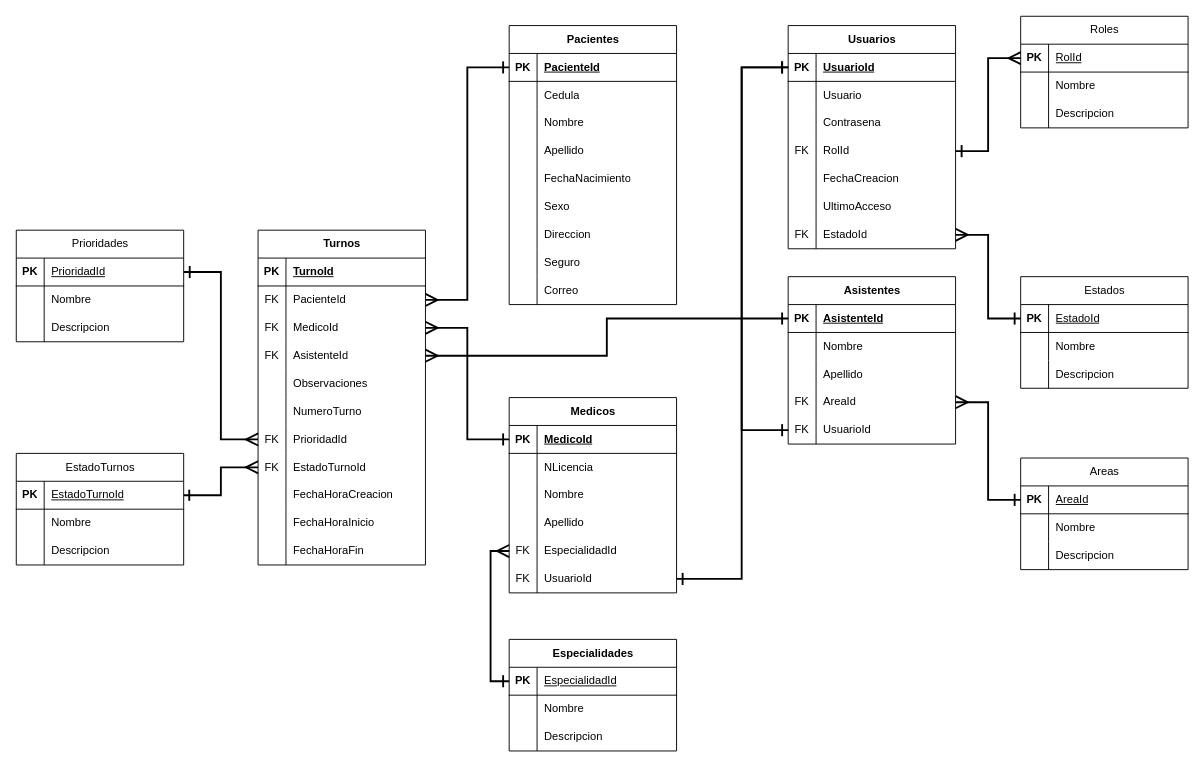
This is Base de Datos/Diagrama de Base de Datos.drawio from Sneex17/ProyectoFinal, a draw.io file, before an edit. Source tidied: cells renumbered, new cells numbered last; positions are measured from the earlier drawing's top-left corner, leaving out a move shared by most shapes. Both pictures are drawn from the tidied source at 93%, with x=0, y=0 at pixel (16, 16).
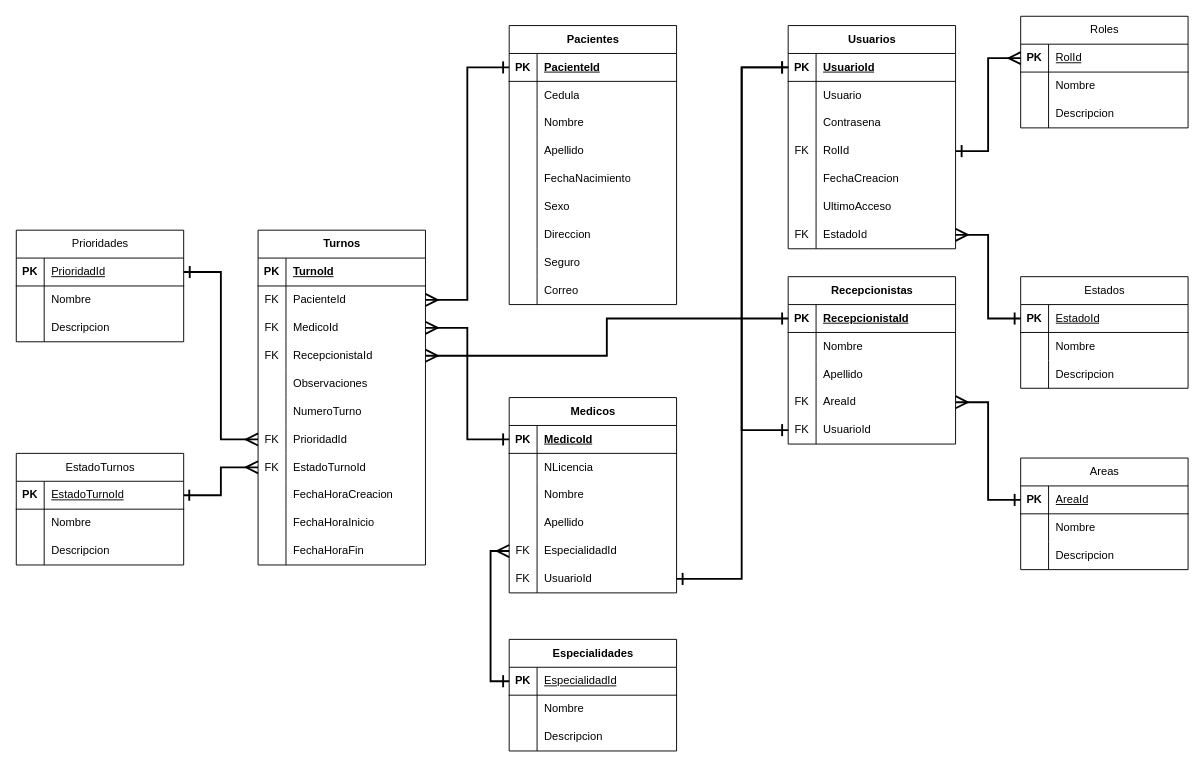
The same page after the edit.

Commit message (it also covers changes not shown here):
Cambios en el diagrama y script de la base de datos del sistema

Unchanged cells that the change refers to:
```xml
<mxCell id="70" style="shape=tableRow;horizontal=0;startSize=0;swimlaneHead=0;swimlaneBody=0;fillColor=none;points=[[0,0.5],[1,0.5]];portConstraint=eastwest;top=0;left=0;right=0;bottom=1;" parent="69" vertex="1">
  <mxGeometry y="30" width="180" height="30" as="geometry" />
</mxCell>
<mxCell id="127" style="shape=tableRow;horizontal=0;startSize=0;swimlaneHead=0;swimlaneBody=0;fillColor=none;points=[[0,0.5],[1,0.5]];portConstraint=eastwest;top=0;left=0;right=0;bottom=0;" parent="117" vertex="1">
  <mxGeometry y="120" width="180" height="30" as="geometry" />
</mxCell>
```

What changed in the source:
```diff
@@
-    <mxCell id="69" value="Asistentes" style="shape=table;startSize=30;childLayout=tableLayout;rowLines=0;fontStyle=1;align=center;html=1;" parent="1" vertex="1">
+    <mxCell id="69" value="Recepcionistas" style="shape=table;startSize=30;childLayout=tableLayout;rowLines=0;fontStyle=1;align=center;html=1;" parent="1" vertex="1">
       <mxGeometry x="830" y="280" width="180" height="180" as="geometry" />
     </mxCell>
@@
-    <mxCell id="72" value="&lt;span style=&quot;text-align: center; text-wrap-mode: nowrap;&quot;&gt;AsistenteId&lt;/span&gt;" style="shape=partialRectangle;fillColor=none;top=0;left=0;bottom=0;right=0;align=left;spacingLeft=6;fontStyle=5;overflow=hidden;whiteSpace=wrap;html=1;" parent="70" vertex="1">
+    <mxCell id="72" value="&lt;span style=&quot;text-align: center; text-wrap-mode: nowrap;&quot;&gt;RecepcionistaId&lt;/span&gt;" style="shape=partialRectangle;fillColor=none;top=0;left=0;bottom=0;right=0;align=left;spacingLeft=6;fontStyle=5;overflow=hidden;whiteSpace=wrap;html=1;" parent="70" vertex="1">
       <mxGeometry x="30" width="150" height="30" as="geometry" />
     </mxCell>
@@
-    <mxCell id="129" value="AsistenteId" style="shape=partialRectangle;fillColor=none;top=0;left=0;bottom=0;right=0;align=left;spacingLeft=6;overflow=hidden;whiteSpace=wrap;html=1;" parent="127" vertex="1">
+    <mxCell id="129" value="&lt;span style=&quot;text-align: center; text-wrap-mode: nowrap;&quot;&gt;RecepcionistaId&lt;/span&gt;" style="shape=partialRectangle;fillColor=none;top=0;left=0;bottom=0;right=0;align=left;spacingLeft=6;overflow=hidden;whiteSpace=wrap;html=1;" parent="127" vertex="1">
       <mxGeometry x="30" width="150" height="30" as="geometry" />
     </mxCell>
```
